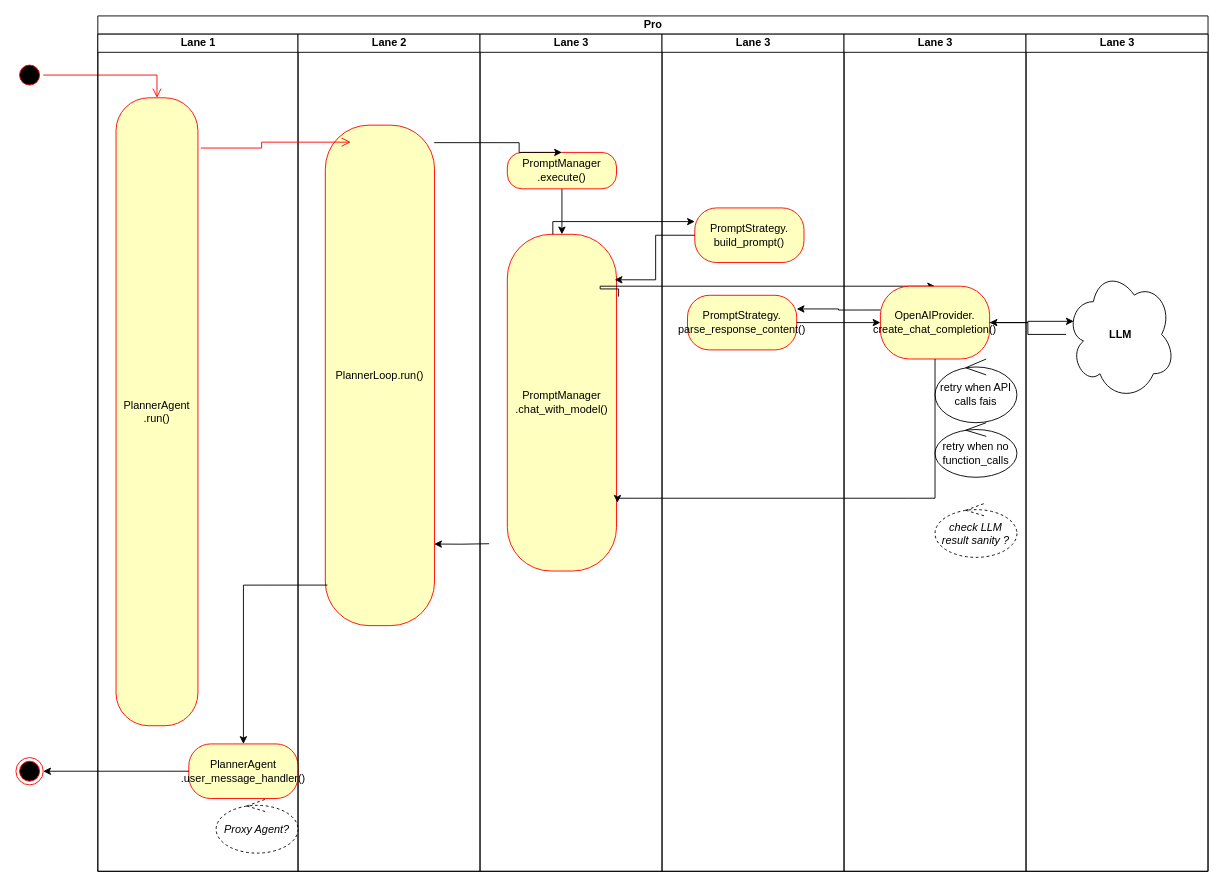
The draw.io diagram Untitled Diagram.drawio in Significant-Gravitas/AutoGPT, before the edit. Source tidied: cells renumbered, new cells numbered last; positions are measured from the earlier drawing's top-left corner, leaving out a move shared by most shapes. Both pictures are drawn from the tidied source at 91%, with x=0, y=0 at pixel (15, 15).
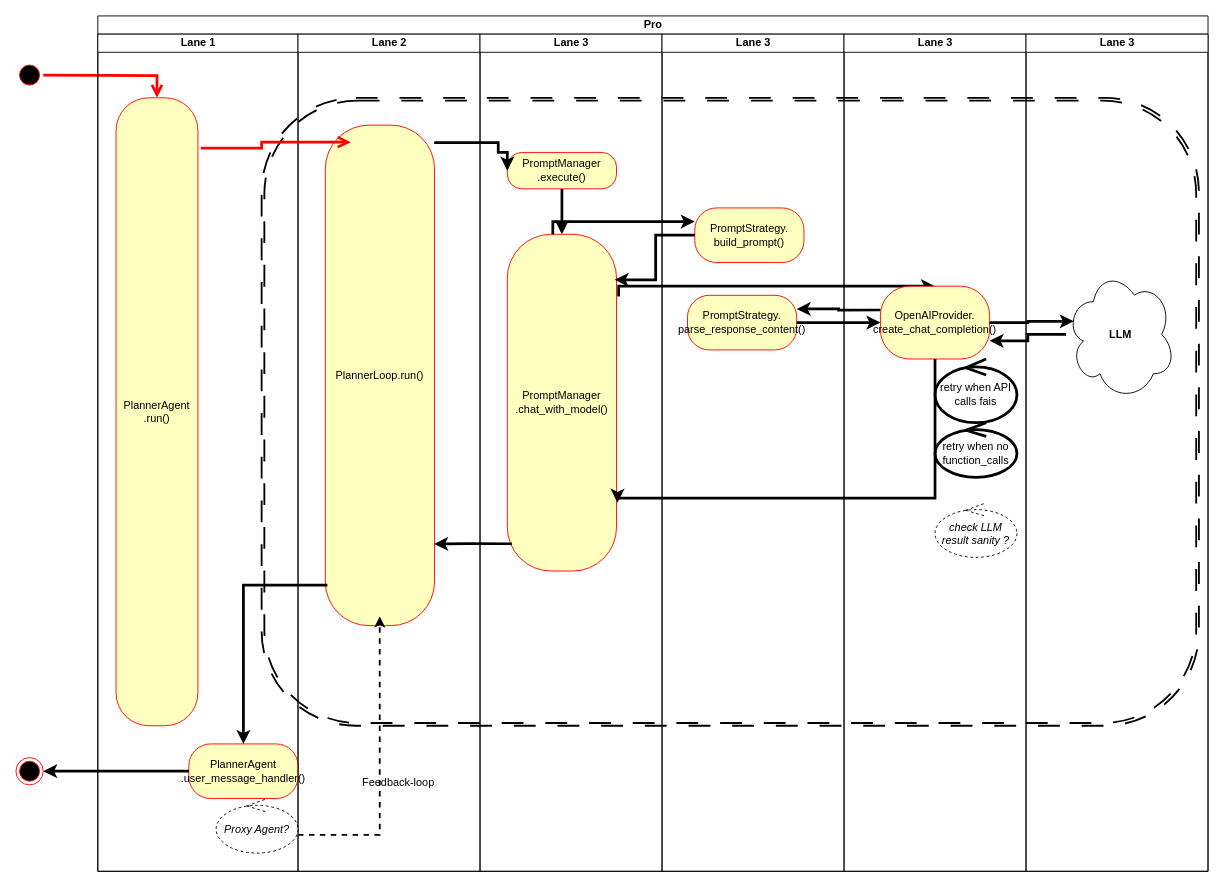
The same diagram, later.

The change refers to these unchanged cells:
```xml
<mxCell id="2" style="ellipse;html=1;shape=startState;fillColor=#000000;strokeColor=#ff0000;" parent="1" vertex="1">
  <mxGeometry y="50" width="30" height="30" as="geometry" />
</mxCell>
<mxCell id="4" value="Pro" style="swimlane;startSize=20;html=1;" parent="1" vertex="1">
  <mxGeometry x="90" width="1220" height="940" as="geometry" />
</mxCell>
<mxCell id="6" value="PlannerAgent .run()" style="rounded=1;whiteSpace=wrap;html=1;arcSize=40;fontColor=#000000;fillColor=#ffffc0;strokeColor=#ff0000;" parent="5" vertex="1">
  <mxGeometry x="20" y="70" width="90" height="690" as="geometry" />
</mxCell>
<mxCell id="7" value="PlannerAgent .user_message_handler()" style="whiteSpace=wrap;html=1;fillColor=#ffffc0;strokeColor=#ff0000;fontColor=#000000;rounded=1;arcSize=40;" parent="5" vertex="1">
  <mxGeometry x="100" y="780" width="120" height="60" as="geometry" />
</mxCell>
<mxCell id="10" value="PlannerLoop.run()" style="rounded=1;whiteSpace=wrap;html=1;arcSize=40;fontColor=#000000;fillColor=#ffffc0;strokeColor=#ff0000;" parent="9" vertex="1">
  <mxGeometry x="30" y="100" width="120" height="550" as="geometry" />
</mxCell>
<mxCell id="11" value="Lane 3" style="swimlane;startSize=20;html=1;" parent="4" vertex="1">
  <mxGeometry x="420" y="20" width="200" height="920" as="geometry" />
</mxCell>
<mxCell id="13" value="PromptManager .execute()" style="rounded=1;whiteSpace=wrap;html=1;arcSize=40;fontColor=#000000;fillColor=#ffffc0;strokeColor=#ff0000;" parent="11" vertex="1">
  <mxGeometry x="30" y="130" width="120" height="40" as="geometry" />
</mxCell>
<mxCell id="14" value="PromptManager .chat_with_model()" style="whiteSpace=wrap;html=1;fillColor=#ffffc0;strokeColor=#ff0000;fontColor=#000000;rounded=1;arcSize=40;" parent="11" vertex="1">
  <mxGeometry x="30" y="220" width="120" height="370" as="geometry" />
</mxCell>
<mxCell id="17" value="PromptStrategy.&lt;br&gt;build_prompt()" style="whiteSpace=wrap;html=1;fillColor=#ffffc0;strokeColor=#ff0000;fontColor=#000000;rounded=1;arcSize=40;" parent="16" vertex="1">
  <mxGeometry x="36" y="191" width="120" height="60" as="geometry" />
</mxCell>
<mxCell id="18" value="PromptStrategy.&lt;br&gt;parse_response_content()" style="whiteSpace=wrap;html=1;fillColor=#ffffc0;strokeColor=#ff0000;fontColor=#000000;rounded=1;arcSize=40;" parent="16" vertex="1">
  <mxGeometry x="28" y="287" width="120" height="60" as="geometry" />
</mxCell>
<mxCell id="22" value="Lane 3" style="swimlane;startSize=20;html=1;" parent="4" vertex="1">
  <mxGeometry x="820" y="20" width="200" height="920" as="geometry" />
</mxCell>
<mxCell id="23" value="OpenAIProvider.&lt;br&gt;create_chat_completion()" style="whiteSpace=wrap;html=1;fillColor=#ffffc0;strokeColor=#ff0000;fontColor=#000000;rounded=1;arcSize=40;" parent="22" vertex="1">
  <mxGeometry x="40" y="277" width="120" height="80" as="geometry" />
</mxCell>
<mxCell id="32" value="&lt;b&gt;LLM&lt;/b&gt;" style="ellipse;shape=cloud;whiteSpace=wrap;html=1;" parent="31" vertex="1">
  <mxGeometry x="44" y="258" width="120" height="144" as="geometry" />
</mxCell>
<mxCell id="37" style="ellipse;html=1;shape=endState;fillColor=#000000;strokeColor=#ff0000;" parent="1" vertex="1">
  <mxGeometry y="815" width="30" height="30" as="geometry" />
</mxCell>
```

What changed in the source:
```diff
@@
+    <mxCell id="39" style="shape=ext;double=1;rounded=1;whiteSpace=wrap;html=1;dashed=1;dashPattern=12 12;fillColor=none;strokeWidth=2;" parent="1" vertex="1">
+      <mxGeometry x="270" y="90" width="1030" height="690" as="geometry" />
+    </mxCell>
@@
-    <mxCell id="3" style="edgeStyle=orthogonalEdgeStyle;html=1;verticalAlign=bottom;endArrow=open;endSize=8;strokeColor=#ff0000;rounded=0;" parent="1" edge="1" source="2" target="6">
-      <mxGeometry relative="1" as="geometry" />
+    <mxCell id="3" style="edgeStyle=orthogonalEdgeStyle;html=1;verticalAlign=bottom;endArrow=open;endSize=8;strokeColor=#ff0000;rounded=0;strokeWidth=3;" parent="1" edge="1" target="6">
+      <mxGeometry relative="1" as="geometry">
+        <mxPoint x="30" y="65" as="sourcePoint" />
+      </mxGeometry>
     </mxCell>
@@
-    <mxCell id="12" style="edgeStyle=orthogonalEdgeStyle;rounded=0;jettySize=auto;html=1;" parent="11" edge="1" source="13" target="14">
+    <mxCell id="12" style="edgeStyle=orthogonalEdgeStyle;rounded=0;jettySize=auto;html=1;strokeWidth=3;" parent="11" edge="1" source="13" target="14">
       <mxGeometry relative="1" as="geometry" />
     </mxCell>
@@
-    <mxCell id="15" style="edgeStyle=orthogonalEdgeStyle;rounded=0;jettySize=auto;html=1;entryX=0.5;entryY=0;entryDx=0;entryDy=0;exitX=1.019;exitY=0.185;exitDx=0;exitDy=0;exitPerimeter=0;" parent="4" edge="1" source="14" target="23">
+    <mxCell id="15" style="edgeStyle=orthogonalEdgeStyle;rounded=0;jettySize=auto;html=1;entryX=0.5;entryY=0;entryDx=0;entryDy=0;exitX=1.019;exitY=0.185;exitDx=0;exitDy=0;exitPerimeter=0;strokeWidth=3;" parent="4" edge="1" source="14" target="23">
       <mxGeometry relative="1" as="geometry">
         <Array as="points">
-          <mxPoint x="552" y="300" />
+          <mxPoint x="572" y="297" />
         </Array>
       </mxGeometry>
     </mxCell>
@@
-    <mxCell id="19" style="edgeStyle=orthogonalEdgeStyle;html=1;verticalAlign=bottom;endArrow=open;endSize=8;strokeColor=#ff0000;rounded=0;entryX=0.233;entryY=0.034;entryDx=0;entryDy=0;exitX=1.036;exitY=0.08;exitDx=0;exitDy=0;exitPerimeter=0;entryPerimeter=0;" parent="4" edge="1" source="6" target="10">
+    <mxCell id="19" style="edgeStyle=orthogonalEdgeStyle;html=1;verticalAlign=bottom;endArrow=open;endSize=8;strokeColor=#ff0000;rounded=0;entryX=0.233;entryY=0.034;entryDx=0;entryDy=0;exitX=1.036;exitY=0.08;exitDx=0;exitDy=0;exitPerimeter=0;entryPerimeter=0;strokeWidth=3;" parent="4" edge="1" source="6" target="10">
       <mxGeometry relative="1" as="geometry" />
     </mxCell>
-    <mxCell id="20" style="edgeStyle=orthogonalEdgeStyle;rounded=0;jettySize=auto;html=1;entryX=0.5;entryY=0;entryDx=0;entryDy=0;exitX=0.997;exitY=0.035;exitDx=0;exitDy=0;exitPerimeter=0;" parent="4" edge="1" source="10" target="13">
+    <mxCell id="20" style="edgeStyle=orthogonalEdgeStyle;rounded=0;jettySize=auto;html=1;entryX=0;entryY=0.5;entryDx=0;entryDy=0;exitX=0.997;exitY=0.035;exitDx=0;exitDy=0;exitPerimeter=0;strokeWidth=3;" parent="4" edge="1" source="10" target="13">
       <mxGeometry relative="1" as="geometry">
         <Array as="points">
-          <mxPoint x="463" y="139" />
+          <mxPoint x="440" y="139" />
+          <mxPoint x="440" y="150" />
+          <mxPoint x="450" y="150" />
         </Array>
       </mxGeometry>
     </mxCell>
-    <mxCell id="21" style="edgeStyle=orthogonalEdgeStyle;rounded=0;jettySize=auto;html=1;entryX=0;entryY=0.25;entryDx=0;entryDy=0;" parent="4" edge="1" source="14" target="17">
+    <mxCell id="21" style="edgeStyle=orthogonalEdgeStyle;rounded=0;jettySize=auto;html=1;entryX=0;entryY=0.25;entryDx=0;entryDy=0;strokeWidth=3;" parent="4" edge="1" source="14" target="17">
       <mxGeometry relative="1" as="geometry">
         <Array as="points">
           <mxPoint x="500" y="226" />
         </Array>
       </mxGeometry>
     </mxCell>
@@
-    <mxCell id="24" value="retry when API calls fais" style="ellipse;shape=umlControl;whiteSpace=wrap;html=1;" parent="22" vertex="1">
+    <mxCell id="24" value="retry when API calls fais" style="ellipse;shape=umlControl;whiteSpace=wrap;html=1;strokeWidth=3;" parent="22" vertex="1">
       <mxGeometry x="100" y="357" width="90" height="70" as="geometry" />
     </mxCell>
-    <mxCell id="25" value="retry when no function_calls" style="ellipse;shape=umlControl;whiteSpace=wrap;html=1;" parent="22" vertex="1">
+    <mxCell id="25" value="retry when no function_calls" style="ellipse;shape=umlControl;whiteSpace=wrap;html=1;strokeWidth=3;" parent="22" vertex="1">
       <mxGeometry x="100" y="427" width="90" height="60" as="geometry" />
     </mxCell>
@@
-    <mxCell id="27" style="edgeStyle=orthogonalEdgeStyle;rounded=0;jettySize=auto;html=1;exitX=0;exitY=0.5;exitDx=0;exitDy=0;entryX=0.983;entryY=0.135;entryDx=0;entryDy=0;entryPerimeter=0;" parent="4" edge="1" source="17" target="14">
+    <mxCell id="27" style="edgeStyle=orthogonalEdgeStyle;rounded=0;jettySize=auto;html=1;exitX=0;exitY=0.5;exitDx=0;exitDy=0;entryX=0.983;entryY=0.135;entryDx=0;entryDy=0;entryPerimeter=0;strokeWidth=3;" parent="4" edge="1" source="17" target="14">
       <mxGeometry relative="1" as="geometry" />
     </mxCell>
-    <mxCell id="28" style="edgeStyle=orthogonalEdgeStyle;rounded=0;jettySize=auto;html=1;entryX=1;entryY=0.25;entryDx=0;entryDy=0;exitX=0;exitY=0.327;exitDx=0;exitDy=0;exitPerimeter=0;" parent="4" edge="1" source="23" target="18">
+    <mxCell id="28" style="edgeStyle=orthogonalEdgeStyle;rounded=0;jettySize=auto;html=1;entryX=1;entryY=0.25;entryDx=0;entryDy=0;exitX=0;exitY=0.327;exitDx=0;exitDy=0;exitPerimeter=0;strokeWidth=3;" parent="4" edge="1" source="23" target="18">
       <mxGeometry relative="1" as="geometry" />
     </mxCell>
-    <mxCell id="29" style="edgeStyle=orthogonalEdgeStyle;rounded=0;jettySize=auto;html=1;exitX=0.5;exitY=1;exitDx=0;exitDy=0;entryX=1.008;entryY=0.797;entryDx=0;entryDy=0;entryPerimeter=0;" parent="4" edge="1" source="23" target="14">
+    <mxCell id="29" style="edgeStyle=orthogonalEdgeStyle;rounded=0;jettySize=auto;html=1;exitX=0.5;exitY=1;exitDx=0;exitDy=0;entryX=1.008;entryY=0.797;entryDx=0;entryDy=0;entryPerimeter=0;strokeWidth=3;" parent="4" edge="1" source="23" target="14">
       <mxGeometry relative="1" as="geometry">
         <Array as="points">
           <mxPoint x="890" y="530" />
           <mxPoint x="551" y="530" />
         </Array>
       </mxGeometry>
     </mxCell>
-    <mxCell id="30" style="edgeStyle=orthogonalEdgeStyle;rounded=0;jettySize=auto;html=1;" parent="4" edge="1" source="18" target="23">
+    <mxCell id="30" style="edgeStyle=orthogonalEdgeStyle;rounded=0;jettySize=auto;html=1;strokeWidth=3;" parent="4" edge="1" source="18" target="23">
       <mxGeometry relative="1" as="geometry" />
     </mxCell>
@@
-    <mxCell id="33" style="edgeStyle=orthogonalEdgeStyle;rounded=0;jettySize=auto;html=1;entryX=0.07;entryY=0.4;entryDx=0;entryDy=0;entryPerimeter=0;" parent="4" edge="1" source="23" target="32">
-      <mxGeometry relative="1" as="geometry" />
+    <mxCell id="33" style="edgeStyle=orthogonalEdgeStyle;rounded=0;jettySize=auto;html=1;entryX=0.07;entryY=0.4;entryDx=0;entryDy=0;entryPerimeter=0;strokeWidth=3;" parent="4" edge="1" source="23" target="32">
+      <mxGeometry relative="1" as="geometry">
+        <Array as="points">
+          <mxPoint x="1022" y="337" />
+          <mxPoint x="1022" y="336" />
+        </Array>
+      </mxGeometry>
     </mxCell>
-    <mxCell id="34" style="edgeStyle=orthogonalEdgeStyle;rounded=0;jettySize=auto;html=1;" parent="4" edge="1" source="32" target="23">
+    <mxCell id="34" style="edgeStyle=orthogonalEdgeStyle;rounded=0;jettySize=auto;html=1;strokeWidth=3;entryX=1;entryY=0.75;entryDx=0;entryDy=0;" parent="4" edge="1" source="32" target="23">
       <mxGeometry relative="1" as="geometry" />
     </mxCell>
-    <mxCell id="35" style="edgeStyle=orthogonalEdgeStyle;rounded=0;jettySize=auto;html=1;entryX=0.997;entryY=0.837;entryDx=0;entryDy=0;entryPerimeter=0;" parent="4" edge="1" target="10">
-      <mxGeometry relative="1" as="geometry">
-        <mxPoint x="430" y="580" as="sourcePoint" />
-      </mxGeometry>
+    <mxCell id="35" style="edgeStyle=orthogonalEdgeStyle;rounded=0;jettySize=auto;html=1;entryX=0.997;entryY=0.837;entryDx=0;entryDy=0;entryPerimeter=0;exitX=0.042;exitY=0.919;exitDx=0;exitDy=0;exitPerimeter=0;strokeWidth=3;" parent="4" edge="1" source="14" target="10">
+      <mxGeometry relative="1" as="geometry" />
     </mxCell>
-    <mxCell id="36" style="edgeStyle=orthogonalEdgeStyle;rounded=0;jettySize=auto;html=1;exitX=0.019;exitY=0.919;exitDx=0;exitDy=0;exitPerimeter=0;entryX=0.5;entryY=0;entryDx=0;entryDy=0;" parent="4" edge="1" source="10" target="7">
+    <mxCell id="36" style="edgeStyle=orthogonalEdgeStyle;rounded=0;jettySize=auto;html=1;exitX=0.019;exitY=0.919;exitDx=0;exitDy=0;exitPerimeter=0;entryX=0.5;entryY=0;entryDx=0;entryDy=0;strokeWidth=3;" parent="4" edge="1" source="10" target="7">
       <mxGeometry relative="1" as="geometry" />
     </mxCell>
@@
-    <mxCell id="38" style="edgeStyle=orthogonalEdgeStyle;rounded=0;jettySize=auto;html=1;exitX=0;exitY=0.5;exitDx=0;exitDy=0;" parent="1" edge="1" source="7" target="37">
+    <mxCell id="38" style="edgeStyle=orthogonalEdgeStyle;rounded=0;jettySize=auto;html=1;exitX=0;exitY=0.5;exitDx=0;exitDy=0;strokeWidth=3;" parent="1" edge="1" source="7" target="37">
       <mxGeometry relative="1" as="geometry" />
     </mxCell>
+    <mxCell id="40" style="edgeStyle=orthogonalEdgeStyle;rounded=0;jettySize=auto;html=1;entryX=0.126;entryY=0.826;entryDx=0;entryDy=0;entryPerimeter=0;dashed=1;strokeWidth=2;" parent="1" edge="1" target="39">
+      <mxGeometry relative="1" as="geometry">
+        <mxPoint x="310" y="900" as="sourcePoint" />
+        <Array as="points">
+          <mxPoint x="400" y="900" />
+        </Array>
+      </mxGeometry>
+    </mxCell>
+    <mxCell id="41" value="Feedback-loop" style="text;html=1;align=center;verticalAlign=middle;strokeColor=none;fillColor=none;" parent="1" vertex="1">
+      <mxGeometry x="370" y="828" width="100" height="30" as="geometry" />
+    </mxCell>
```
